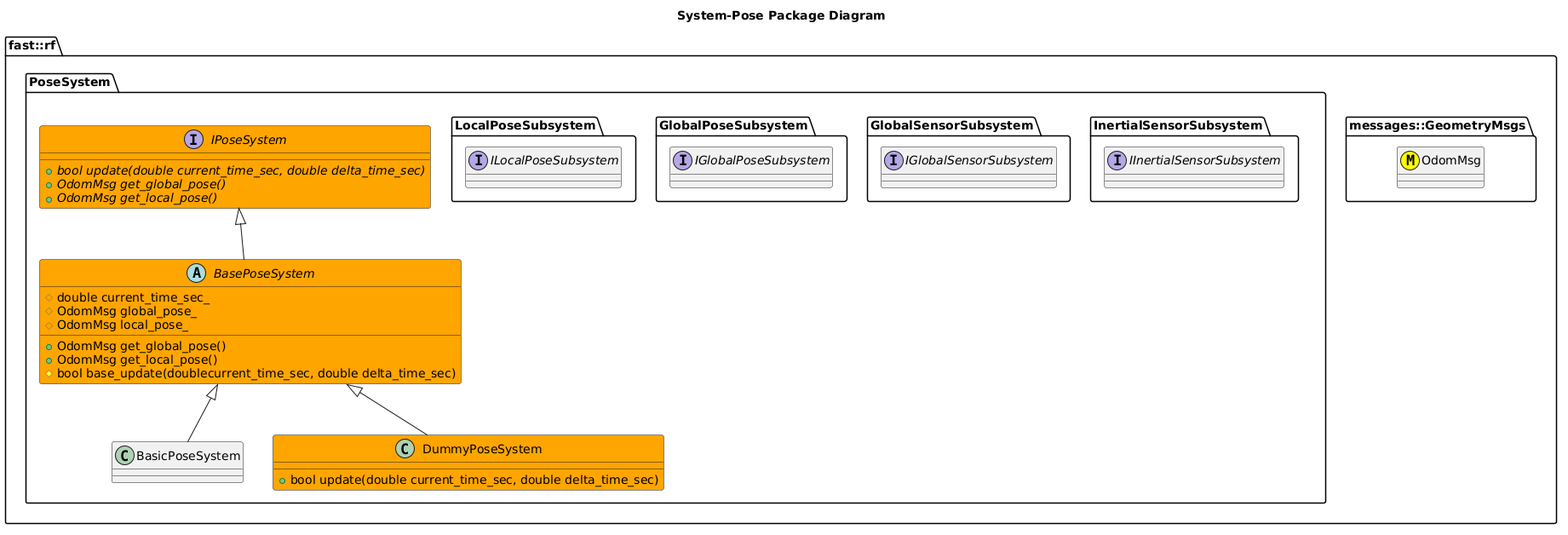
fastrobotics/robot_framework keeps this PlantUML diagram as Systems/Pose/doc/puml/SystemPosePackageDiagram.png. Above is the earlier version.
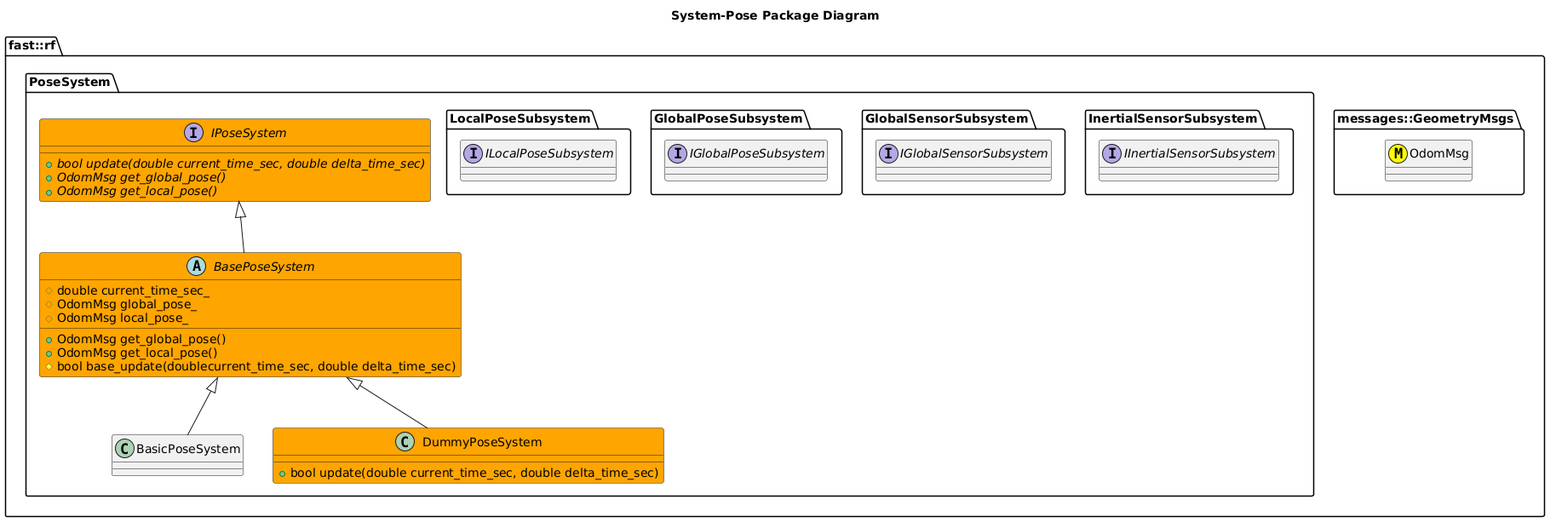
After the change.

Change to the diagram source:
```diff
@@ -6,21 +6,20 @@
     class OdomMsg <<(M,#FFFF00) >>
   }
   namespace PoseSystem {
-    together {
-      namespace InertialSensorSubsystem {
-        interface IInertialSensorSubsystem
+    namespace InertialSensorSubsystem {
+      interface IInertialSensorSubsystem
 
-      }
-      namespace GlobalSensorSubsystem {
-        interface IGlobalSensorSubsystem
-      }
-      namespace GlobalPoseSubsystem {
-        interface IGlobalPoseSubsystem
-      }
-      namespace LocalPoseSubsystem {
-        interface ILocalPoseSubsystem
-      }
     }
+    namespace GlobalSensorSubsystem {
+      interface IGlobalSensorSubsystem
+    }
+    namespace GlobalPoseSubsystem {
+      interface IGlobalPoseSubsystem
+    }
+    namespace LocalPoseSubsystem {
+      interface ILocalPoseSubsystem
+    }
+
     interface IPoseSystem #Orange {
       +{abstract} bool update(double current_time_sec, double delta_time_sec)
       +{abstract} OdomMsg get_global_pose()
```
